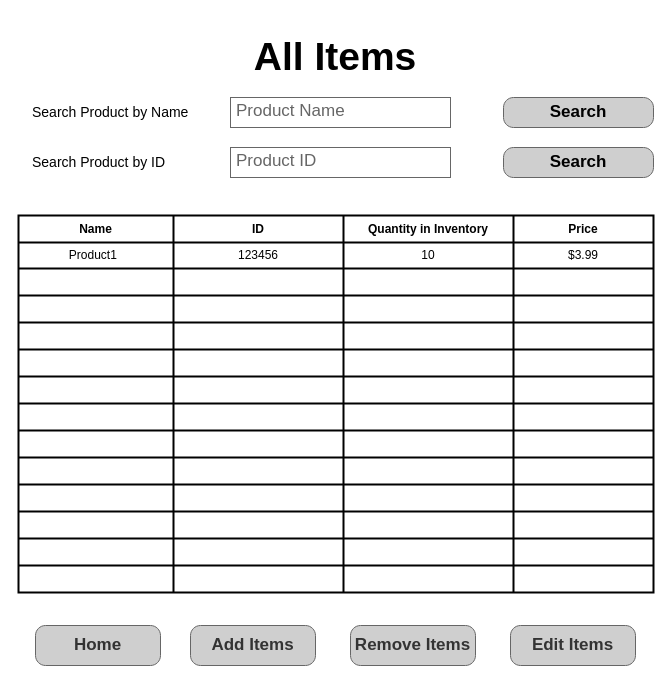
Above: ckkViewAllItems.drawio in jhallam325/CoreysKnickKnacks (draw.io), before the change. Source tidied: cells renumbered, new cells numbered last; positions are measured from the earlier drawing's top-left corner, leaving out a move shared by most shapes. Both pictures are drawn from the tidied source at 100%, with x=0, y=0 at pixel (18, 17).
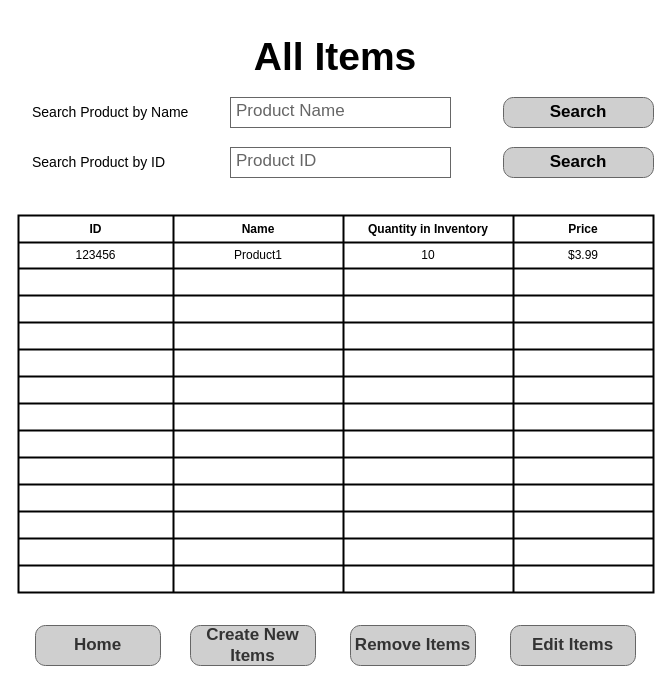
The same page after the edit.

The change refers to these unchanged cells:
```xml
<mxCell id="4" style="shape=tableRow;horizontal=0;startSize=0;swimlaneHead=0;swimlaneBody=0;top=0;left=0;bottom=0;right=0;fillColor=none;rounded=1;" parent="3" vertex="1">
  <mxGeometry width="635" height="27" as="geometry" />
</mxCell>
<mxCell id="9" style="shape=tableRow;horizontal=0;startSize=0;swimlaneHead=0;swimlaneBody=0;top=0;left=0;bottom=0;right=0;fillColor=none;rounded=1;" parent="3" vertex="1">
  <mxGeometry y="27" width="635" height="26" as="geometry" />
</mxCell>
```

Diff of the diagram source:
```diff
@@
-    <mxCell id="5" value="Name" style="shape=partialRectangle;html=1;whiteSpace=wrap;fillColor=none;top=0;left=0;bottom=0;right=0;overflow=hidden;fontStyle=1;rounded=1;" parent="4" vertex="1">
+    <mxCell id="5" value="ID" style="shape=partialRectangle;html=1;whiteSpace=wrap;fillColor=none;top=0;left=0;bottom=0;right=0;overflow=hidden;fontStyle=1;rounded=1;" parent="4" vertex="1">
       <mxGeometry width="155" height="27" as="geometry" />
     </mxCell>
-    <mxCell id="6" value="ID" style="shape=partialRectangle;html=1;whiteSpace=wrap;fillColor=none;top=0;left=0;bottom=0;right=0;overflow=hidden;fontStyle=1;rounded=1;" parent="4" vertex="1">
+    <mxCell id="6" value="Name" style="shape=partialRectangle;html=1;whiteSpace=wrap;fillColor=none;top=0;left=0;bottom=0;right=0;overflow=hidden;fontStyle=1;rounded=1;" parent="4" vertex="1">
       <mxGeometry x="155" width="170" height="27" as="geometry" />
     </mxCell>
@@
-    <mxCell id="10" value="Product1&lt;span style=&quot;white-space: pre;&quot;&gt;&#9;&lt;/span&gt;" style="shape=partialRectangle;html=1;whiteSpace=wrap;fillColor=none;top=0;left=0;bottom=0;right=0;overflow=hidden;rounded=1;" parent="9" vertex="1">
+    <mxCell id="10" value="123456" style="shape=partialRectangle;html=1;whiteSpace=wrap;fillColor=none;top=0;left=0;bottom=0;right=0;overflow=hidden;rounded=1;" parent="9" vertex="1">
       <mxGeometry width="155" height="26" as="geometry" />
     </mxCell>
-    <mxCell id="11" value="123456" style="shape=partialRectangle;html=1;whiteSpace=wrap;fillColor=none;top=0;left=0;bottom=0;right=0;overflow=hidden;rounded=1;" parent="9" vertex="1">
+    <mxCell id="11" value="Product1" style="shape=partialRectangle;html=1;whiteSpace=wrap;fillColor=none;top=0;left=0;bottom=0;right=0;overflow=hidden;rounded=1;" parent="9" vertex="1">
       <mxGeometry x="155" width="170" height="26" as="geometry" />
     </mxCell>
@@
-    <mxCell id="75" value="Add Items" style="strokeWidth=1;shadow=0;dashed=0;align=center;html=1;shape=mxgraph.mockup.buttons.button;strokeColor=#666666;fontColor=#333333;mainText=;buttonStyle=round;fontSize=17;fontStyle=1;fillColor=#CFCFCF;whiteSpace=wrap;rounded=1;" parent="1" vertex="1">
+    <mxCell id="75" value="Create New Items" style="strokeWidth=1;shadow=0;dashed=0;align=center;html=1;shape=mxgraph.mockup.buttons.button;strokeColor=#666666;fontColor=#333333;mainText=;buttonStyle=round;fontSize=17;fontStyle=1;fillColor=#CFCFCF;whiteSpace=wrap;rounded=1;" parent="1" vertex="1">
       <mxGeometry x="172" y="608" width="125" height="40" as="geometry" />
     </mxCell>
```
